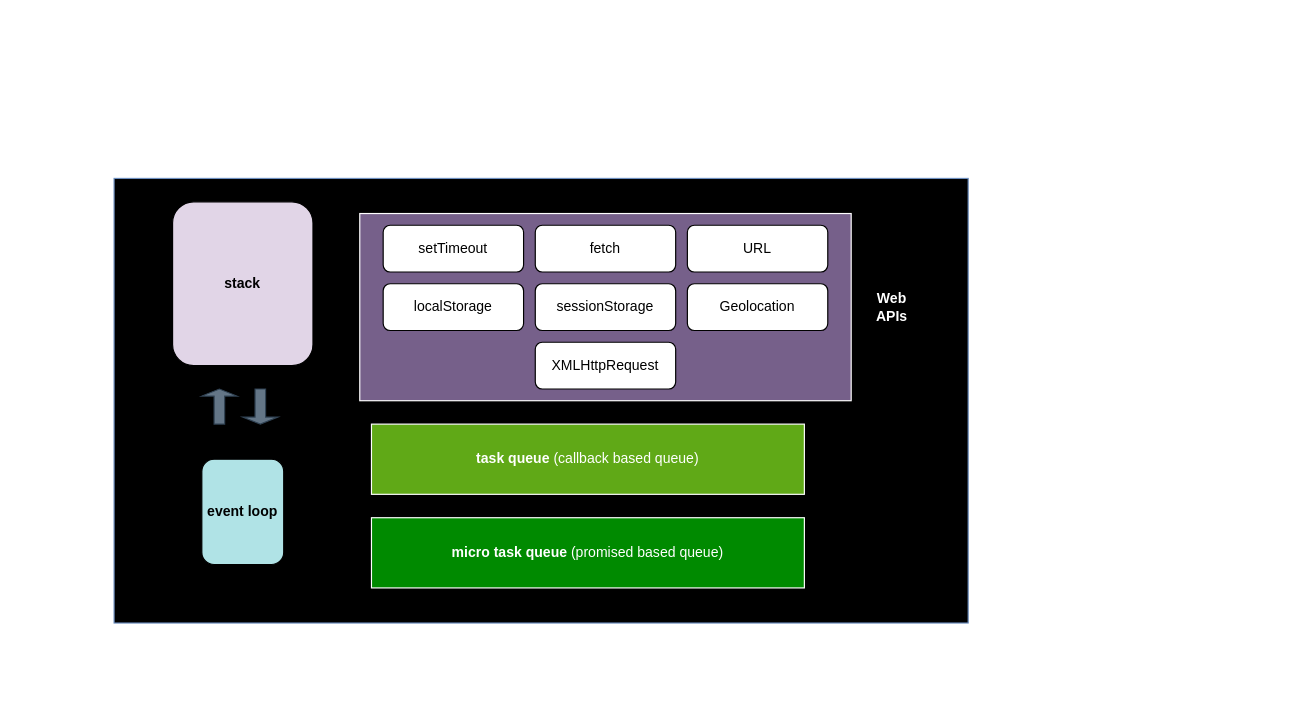
The draw.io diagram Untitled Diagram.drawio in prathamaher/web-dev-github, before the edit. Source tidied: cells renumbered, new cells numbered last; positions are measured from the earlier drawing's top-left corner, leaving out a move shared by most shapes. Both pictures are drawn from the tidied source at 117%, with x=0, y=0 at pixel (113, 178).
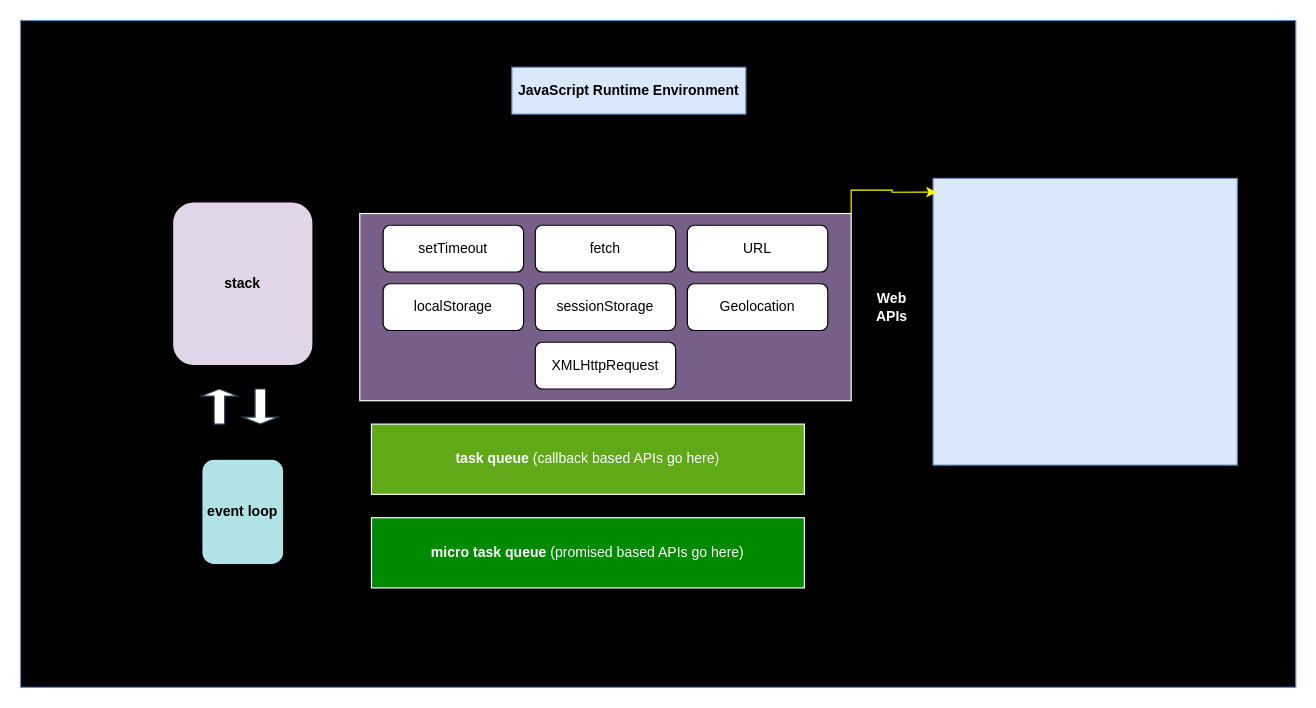
The same page after the edit.

The change refers to these unchanged cells:
```xml
<mxCell id="7" value="&lt;div style=&quot;&quot;&gt;&lt;/div&gt;" style="rounded=0;whiteSpace=wrap;html=1;fillColor=#76608a;strokeColor=#FFFFFF;fontColor=#ffffff;align=center;" parent="1" vertex="1">
  <mxGeometry x="210" y="30" width="420" height="160" as="geometry" />
</mxCell>
```

Diff of the diagram source:
```diff
@@
     <mxCell id="2" style="rounded=0;whiteSpace=wrap;html=1;fillColor=#000000;gradientColor=none;strokeColor=#6c8ebf;" parent="1" vertex="1">
-      <mxGeometry width="730" height="380" as="geometry" />
+      <mxGeometry x="-80" y="-135" width="1090" height="570" as="geometry" />
     </mxCell>
@@
-    <mxCell id="5" value="&lt;b&gt;task queue&lt;/b&gt; (callback based queue)" style="rounded=0;whiteSpace=wrap;html=1;fillColor=#60a917;strokeColor=#FFFFFF;fontColor=#ffffff;" parent="1" vertex="1">
+    <mxCell id="5" value="&lt;b&gt;task queue&lt;/b&gt; (callback based APIs go here)" style="rounded=0;whiteSpace=wrap;html=1;fillColor=#60a917;strokeColor=#FFFFFF;fontColor=#ffffff;" parent="1" vertex="1">
       <mxGeometry x="220" y="210" width="370" height="60" as="geometry" />
     </mxCell>
-    <mxCell id="6" value="&lt;b&gt;micro task queue&lt;/b&gt; (promised based queue)" style="rounded=0;whiteSpace=wrap;html=1;fillColor=#008a00;strokeColor=#FFFFFF;fontColor=#ffffff;" parent="1" vertex="1">
+    <mxCell id="6" value="&lt;b&gt;micro task queue&lt;/b&gt; (promised based APIs go here)" style="rounded=0;whiteSpace=wrap;html=1;fillColor=#008a00;strokeColor=#FFFFFF;fontColor=#ffffff;" parent="1" vertex="1">
       <mxGeometry x="220" y="290" width="370" height="60" as="geometry" />
     </mxCell>
@@
-    <mxCell id="8" style="shape=singleArrow;direction=north;whiteSpace=wrap;html=1;fillColor=#647687;fontColor=#ffffff;strokeColor=#314354;" parent="1" vertex="1">
+    <mxCell id="8" style="shape=singleArrow;direction=north;whiteSpace=wrap;html=1;fillColor=#FFFFFF;fontColor=#ffffff;strokeColor=#314354;" parent="1" vertex="1">
       <mxGeometry x="75" y="180" width="30" height="30" as="geometry" />
     </mxCell>
-    <mxCell id="9" style="shape=singleArrow;direction=south;whiteSpace=wrap;html=1;fillColor=#647687;fontColor=#ffffff;strokeColor=#314354;" parent="1" vertex="1">
+    <mxCell id="9" style="shape=singleArrow;direction=south;whiteSpace=wrap;html=1;fillColor=#FFFFFF;fontColor=#ffffff;strokeColor=#314354;" parent="1" vertex="1">
       <mxGeometry x="110" y="180" width="30" height="30" as="geometry" />
     </mxCell>
@@
+    <mxCell id="18" style="rounded=0;whiteSpace=wrap;html=1;fillColor=#dae8fc;strokeColor=#6c8ebf;" parent="1" vertex="1">
+      <mxGeometry x="700" width="260" height="245" as="geometry" />
+    </mxCell>
+    <mxCell id="19" style="edgeStyle=orthogonalEdgeStyle;rounded=0;jettySize=auto;html=1;exitX=1;exitY=0;exitDx=0;exitDy=0;entryX=0.012;entryY=0.048;entryDx=0;entryDy=0;entryPerimeter=0;strokeColor=#FFFF00;" parent="1" edge="1" source="7" target="18">
+      <mxGeometry relative="1" as="geometry">
+        <Array as="points">
+          <mxPoint x="630" y="10" />
+          <mxPoint x="665" y="10" />
+          <mxPoint x="665" y="12" />
+        </Array>
+      </mxGeometry>
+    </mxCell>
+    <mxCell id="20" value="&lt;b&gt;JavaScript Runtime Environment&lt;/b&gt;" style="rounded=0;whiteSpace=wrap;html=1;fillColor=#dae8fc;strokeColor=#6c8ebf;" parent="1" vertex="1">
+      <mxGeometry x="340" y="-95" width="200" height="40" as="geometry" />
+    </mxCell>
```
